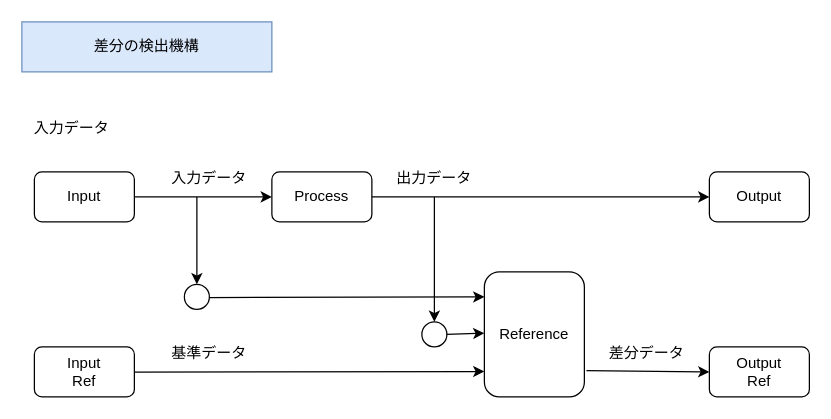
Above: qiita_differennce1.drawio in YossyIto/booklog_drowio (draw.io), before the change. Source tidied: cells renumbered, new cells numbered last; positions are measured from the earlier drawing's top-left corner, leaving out a move shared by most shapes. Both pictures are drawn from the tidied source at 125%, with x=0, y=0 at pixel (21, 21).
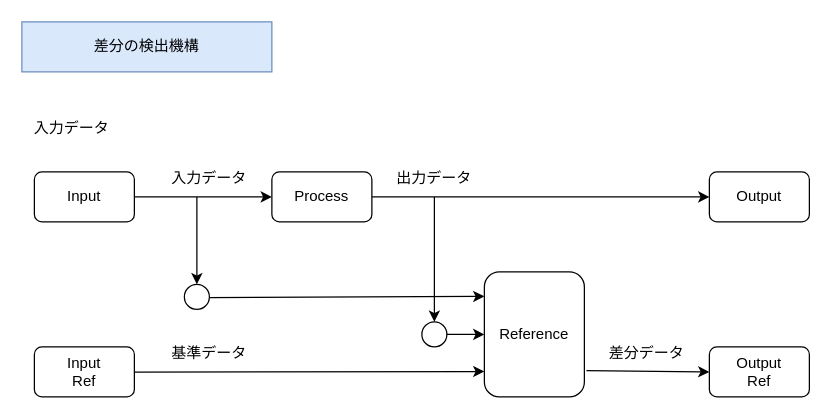
Above is the later version.

Commit message (it also covers changes not shown here):
qiita_differennce1.drawio を更新します

Unchanged cells that the change refers to:
```xml
<mxCell id="6" value="Reference" style="rounded=1;whiteSpace=wrap;html=1;" parent="1" vertex="1">
  <mxGeometry x="370" y="200" width="80" height="100" as="geometry" />
</mxCell>
<mxCell id="9" style="ellipse;whiteSpace=wrap;html=1;" parent="1" vertex="1">
  <mxGeometry x="320" y="240" width="20" height="20" as="geometry" />
</mxCell>
```

Change to the diagram source:
```diff
@@
-    <mxCell id="12" style="endArrow=classic;html=1;rounded=0;exitX=1;exitY=0.5;exitDx=0;exitDy=0;" parent="1" edge="1" source="9">
-      <mxGeometry relative="1" as="geometry">
-        <mxPoint x="370" y="249" as="targetPoint" />
-      </mxGeometry>
+    <mxCell id="12" style="endArrow=classic;html=1;rounded=0;exitX=1;exitY=0.5;exitDx=0;exitDy=0;entryX=0;entryY=0.5;entryDx=0;entryDy=0;" parent="1" edge="1" source="9" target="6">
+      <mxGeometry relative="1" as="geometry" />
     </mxCell>
@@
-    <mxCell id="14" style="endArrow=classic;html=1;rounded=0;exitX=1;exitY=0.5;exitDx=0;exitDy=0;" parent="1" edge="1">
+    <mxCell id="14" style="endArrow=classic;html=1;rounded=0;exitX=1;exitY=0.5;exitDx=0;exitDy=0;entryX=0;entryY=0.196;entryDx=0;entryDy=0;entryPerimeter=0;" parent="1" edge="1" target="6">
       <mxGeometry relative="1" as="geometry">
         <mxPoint x="150" y="220.5" as="sourcePoint" />
-        <mxPoint x="370" y="220" as="targetPoint" />
       </mxGeometry>
     </mxCell>
```
